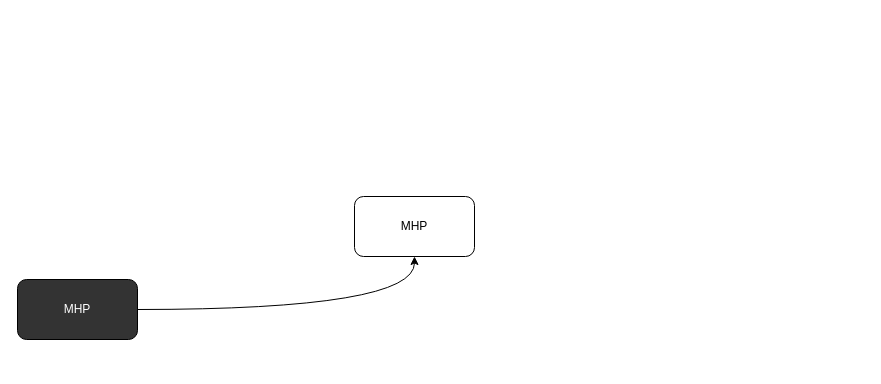
This is my_plans_and_progress.drawio from appsparkler/draw.io, a draw.io file, before an edit. Source tidied: cells renumbered, new cells numbered last; positions are measured from the earlier drawing's top-left corner, leaving out a move shared by most shapes. Both pictures are drawn from the tidied source at 100%, with x=0, y=0 at pixel (17, 196). Pictures stored in the file or linked from it are replaced by grey dashed boxes.
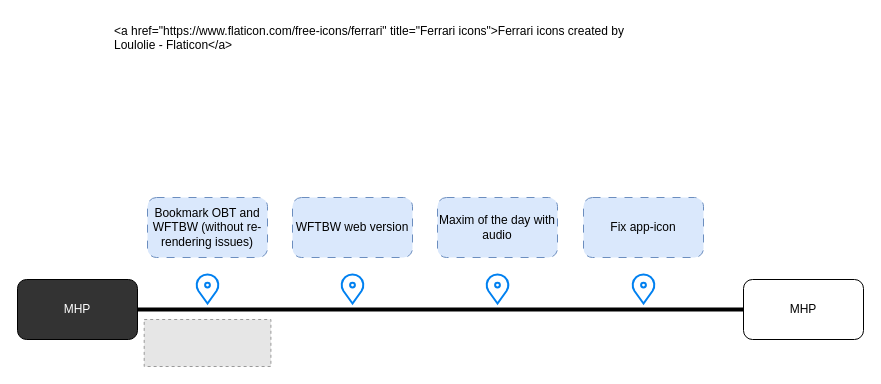
The same page after the edit.

Change to the diagram source:
```diff
@@
 <mxGraphModel>
   <root>
     <mxCell id="0" />
     <mxCell id="1" parent="0" />
-    <mxCell id="2" style="edgeStyle=orthogonalEdgeStyle;rounded=0;jettySize=auto;html=1;curved=1;flowAnimation=1;shadow=0;strokeColor=light-dark(#000000,#000000);" parent="1" edge="1" source="3" target="4">
+    <mxCell id="2" style="edgeStyle=orthogonalEdgeStyle;rounded=0;jettySize=auto;html=1;curved=1;flowAnimation=1;shadow=0;strokeColor=light-dark(#000000,#000000);strokeWidth=4;endArrow=none;endFill=0;" parent="1" edge="1" source="3" target="4">
       <mxGeometry relative="1" as="geometry" />
     </mxCell>
     <mxCell id="3" value="MHP" style="rounded=1;whiteSpace=wrap;html=1;fillColor=#333333;fontColor=#FFFFFF;" parent="1" vertex="1">
       <mxGeometry y="83" width="120" height="60" as="geometry" />
     </mxCell>
     <mxCell id="4" value="MHP" style="rounded=1;whiteSpace=wrap;html=1;" parent="1" vertex="1">
-      <mxGeometry x="337" width="120" height="60" as="geometry" />
+      <mxGeometry x="726" y="83" width="120" height="60" as="geometry" />
     </mxCell>
+    <mxCell id="5" style="html=1;verticalLabelPosition=bottom;align=center;labelBackgroundColor=#ffffff;verticalAlign=top;strokeWidth=2;strokeColor=#0080F0;shadow=0;dashed=0;shape=mxgraph.ios7.icons.location;rotation=0;" parent="1" vertex="1">
+      <mxGeometry x="178" y="77" width="24" height="30" as="geometry" />
+    </mxCell>
+    <mxCell id="6" value="Bookmark OBT and WFTBW (without re-rendering issues)" style="rounded=1;whiteSpace=wrap;html=1;fillColor=#dae8fc;strokeColor=#6c8ebf;dashed=1;dashPattern=8 8;" parent="1" vertex="1">
+      <mxGeometry x="130" y="1" width="120" height="60" as="geometry" />
+    </mxCell>
+    <mxCell id="7" value="Maxim of the day with audio" style="rounded=1;whiteSpace=wrap;html=1;fillColor=#dae8fc;strokeColor=#6c8ebf;dashed=1;dashPattern=8 8;" parent="1" vertex="1">
+      <mxGeometry x="420" y="1" width="120" height="60" as="geometry" />
+    </mxCell>
+    <mxCell id="8" style="fillColor=#E6E6E6;strokeColor=#999999;dashed=1;verticalLabelPosition=bottom;labelBackgroundColor=default;verticalAlign=top;" parent="1" vertex="1">
+      <mxGeometry x="126.7" y="123" width="126.7" height="47" as="geometry" />
+    </mxCell>
+    <mxCell id="9" style="html=1;verticalLabelPosition=bottom;align=center;labelBackgroundColor=#ffffff;verticalAlign=top;strokeWidth=2;strokeColor=#0080F0;shadow=0;dashed=0;shape=mxgraph.ios7.icons.location;rotation=0;" parent="1" vertex="1">
+      <mxGeometry x="323" y="77" width="24" height="30" as="geometry" />
+    </mxCell>
+    <mxCell id="10" value="WFTBW web version" style="rounded=1;whiteSpace=wrap;html=1;fillColor=#dae8fc;strokeColor=#6c8ebf;dashed=1;dashPattern=8 8;" parent="1" vertex="1">
+      <mxGeometry x="275" y="1" width="120" height="60" as="geometry" />
+    </mxCell>
+    <mxCell id="11" value="&lt;a href=&quot;https://www.flaticon.com/free-icons/ferrari&quot; title=&quot;Ferrari icons&quot;&gt;Ferrari icons created by Loulolie - Flaticon&lt;/a&gt;" style="text;whiteSpace=wrap;" parent="1" vertex="1">
+      <mxGeometry x="95" y="-179" width="550" height="51" as="geometry" />
+    </mxCell>
+    <mxCell id="12" style="html=1;verticalLabelPosition=bottom;align=center;labelBackgroundColor=#ffffff;verticalAlign=top;strokeWidth=2;strokeColor=#0080F0;shadow=0;dashed=0;shape=mxgraph.ios7.icons.location;rotation=0;" parent="1" vertex="1">
+      <mxGeometry x="468" y="77" width="24" height="30" as="geometry" />
+    </mxCell>
+    <mxCell id="13" value="Fix app-icon" style="rounded=1;whiteSpace=wrap;html=1;fillColor=#dae8fc;strokeColor=#6c8ebf;dashed=1;dashPattern=8 8;" parent="1" vertex="1">
+      <mxGeometry x="566" y="1" width="120" height="60" as="geometry" />
+    </mxCell>
+    <mxCell id="14" style="html=1;verticalLabelPosition=bottom;align=center;labelBackgroundColor=#ffffff;verticalAlign=top;strokeWidth=2;strokeColor=#0080F0;shadow=0;dashed=0;shape=mxgraph.ios7.icons.location;rotation=0;" parent="1" vertex="1">
+      <mxGeometry x="614" y="77" width="24" height="30" as="geometry" />
+    </mxCell>
   </root>
 </mxGraphModel>
```
